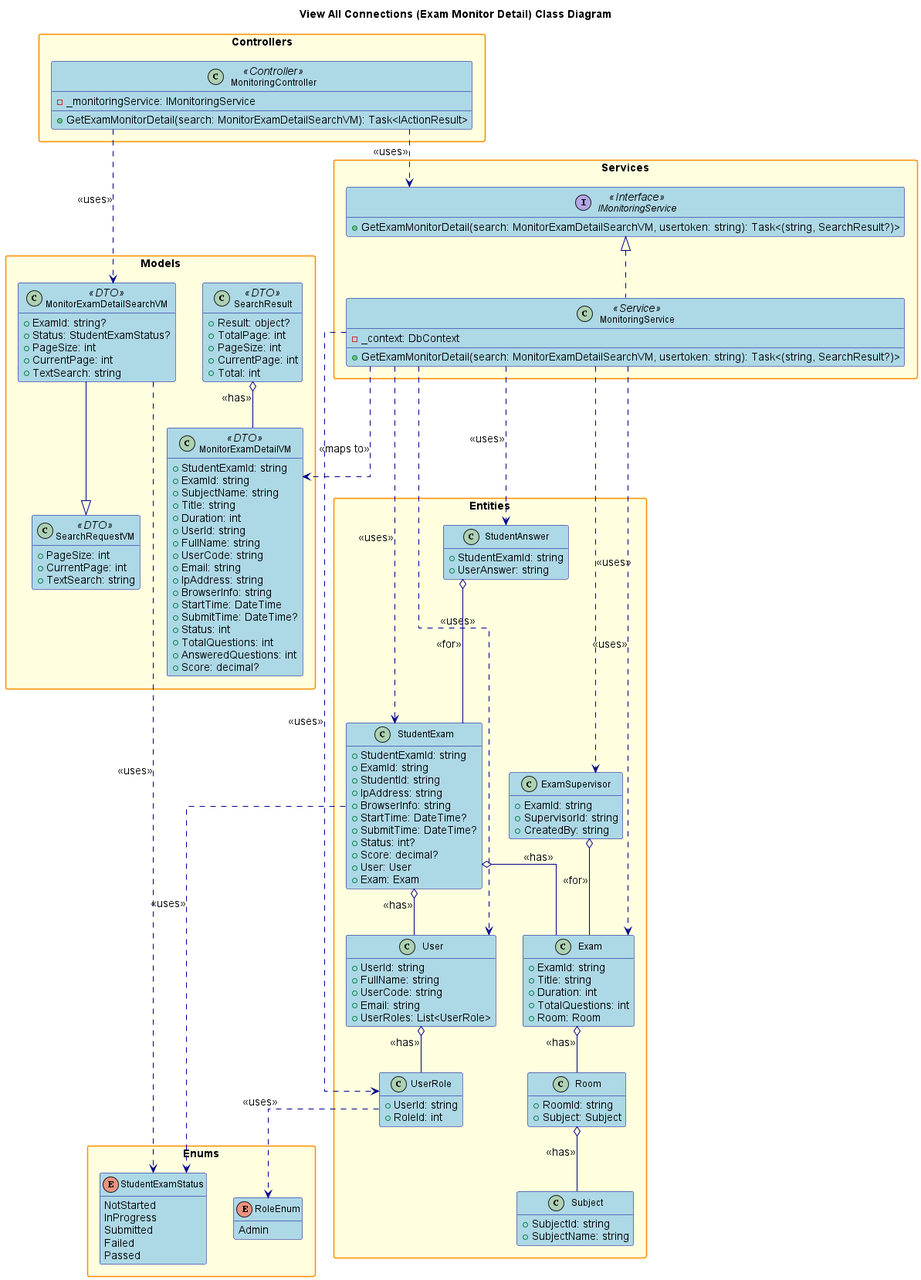
Earlier version of the PlantUML export design/out/viewallconnections/viewallconnections.png (conghoan1211/AI-Kiosk-Testing-system).
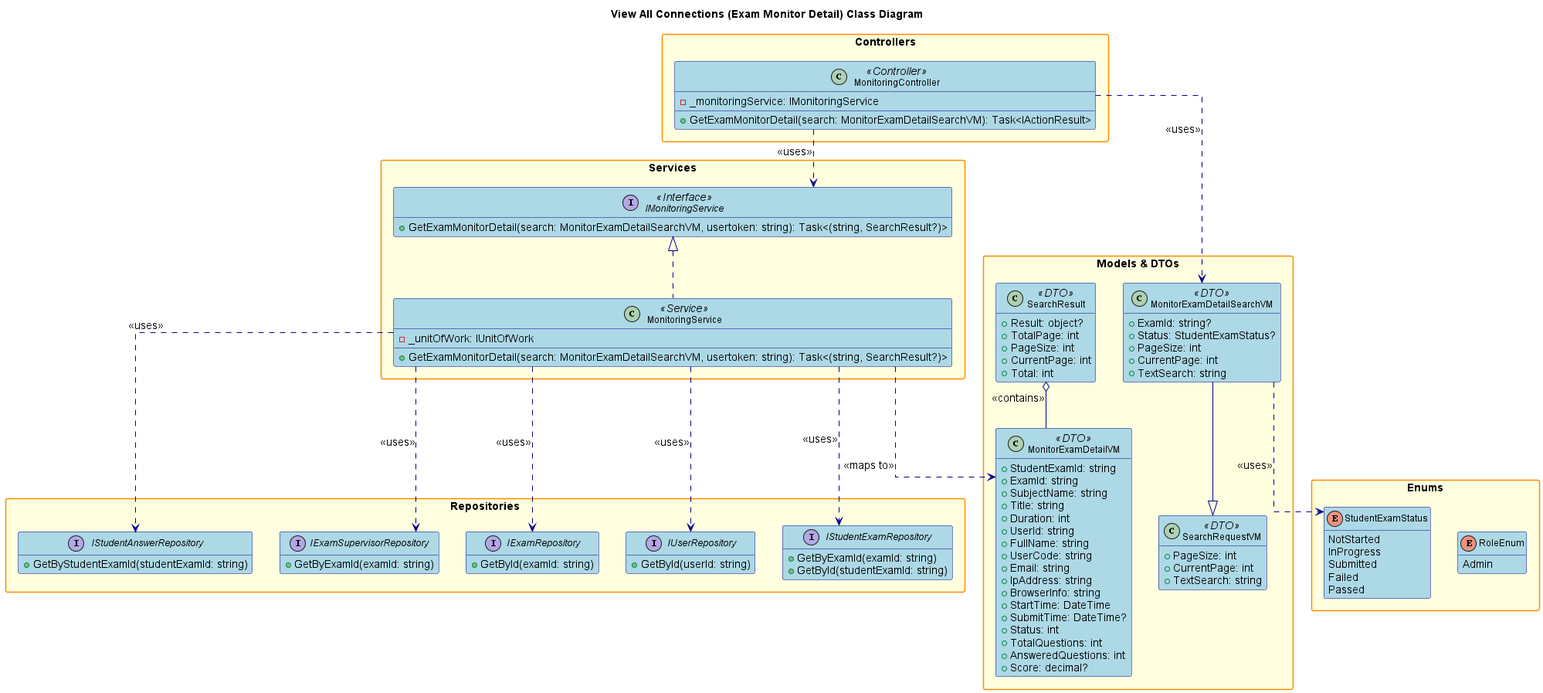
Above is the later version.

The edit, as a diff of the source:
```diff
@@ -50,12 +50,31 @@
         + GetExamMonitorDetail(search: MonitorExamDetailSearchVM, usertoken: string): Task<(string, SearchResult?)>
     }
     class MonitoringService <<Service>> {
-        - _context: DbContext
+        - _unitOfWork: IUnitOfWork
         + GetExamMonitorDetail(search: MonitorExamDetailSearchVM, usertoken: string): Task<(string, SearchResult?)>
     }
 }
 
-package "Models" {
+package "Repositories" {
+    interface IStudentExamRepository {
+        + GetByExamId(examId: string)
+        + GetById(studentExamId: string)
+    }
+    interface IUserRepository {
+        + GetById(userId: string)
+    }
+    interface IExamRepository {
+        + GetById(examId: string)
+    }
+    interface IExamSupervisorRepository {
+        + GetByExamId(examId: string)
+    }
+    interface IStudentAnswerRepository {
+        + GetByStudentExamId(studentExamId: string)
+    }
+}
+
+package "Models & DTOs" {
     class MonitorExamDetailSearchVM <<DTO>> {
         + ExamId: string?
         + Status: StudentExamStatus?
@@ -96,57 +115,6 @@
     }
 }
 
-package "Entities" {
-    class StudentExam {
-        + StudentExamId: string
-        + ExamId: string
-        + StudentId: string
-        + IpAddress: string
-        + BrowserInfo: string
-        + StartTime: DateTime?
-        + SubmitTime: DateTime?
-        + Status: int?
-        + Score: decimal?
-        + User: User
-        + Exam: Exam
-    }
-    class User {
-        + UserId: string
-        + FullName: string
-        + UserCode: string
-        + Email: string
-        + UserRoles: List<UserRole>
-    }
-    class UserRole {
-        + UserId: string
-        + RoleId: int
-    }
-    class Exam {
-        + ExamId: string
-        + Title: string
-        + Duration: int
-        + TotalQuestions: int
-        + Room: Room
-    }
-    class Room {
-        + RoomId: string
-        + Subject: Subject
-    }
-    class Subject {
-        + SubjectId: string
-        + SubjectName: string
-    }
-    class ExamSupervisor {
-        + ExamId: string
-        + SupervisorId: string
-        + CreatedBy: string
-    }
-    class StudentAnswer {
-        + StudentExamId: string
-        + UserAnswer: string
-    }
-}
-
 package "Enums" {
     enum RoleEnum {
         Admin
@@ -161,26 +129,16 @@
 }
 
 MonitoringController ..> IMonitoringService : <<uses>>
+MonitoringController ..> MonitorExamDetailSearchVM : <<uses>>
 IMonitoringService <|.. MonitoringService
-MonitoringController ..> MonitorExamDetailSearchVM : <<uses>>
-MonitoringService ..> StudentExam : <<uses>>
-MonitoringService ..> User : <<uses>>
-MonitoringService ..> UserRole : <<uses>>
-MonitoringService ..> Exam : <<uses>>
-MonitoringService ..> ExamSupervisor : <<uses>>
-MonitoringService ..> StudentAnswer : <<uses>>
+MonitoringService ..> IStudentExamRepository : <<uses>>
+MonitoringService ..> IUserRepository : <<uses>>
+MonitoringService ..> IExamRepository : <<uses>>
+MonitoringService ..> IExamSupervisorRepository : <<uses>>
+MonitoringService ..> IStudentAnswerRepository : <<uses>>
 MonitoringService ..> MonitorExamDetailVM : <<maps to>>
 MonitorExamDetailSearchVM --|> SearchRequestVM
-StudentExam o-- User : <<has>>
-StudentExam o-- Exam : <<has>>
-User o-- UserRole : <<has>>
-Exam o-- Room : <<has>>
-Room o-- Subject : <<has>>
-ExamSupervisor o-- Exam : <<for>>
-StudentAnswer o-- StudentExam : <<for>>
-UserRole ..> RoleEnum : <<uses>>
-StudentExam ..> StudentExamStatus : <<uses>>
 MonitorExamDetailSearchVM ..> StudentExamStatus : <<uses>>
-SearchResult o-- MonitorExamDetailVM : <<has>>
+SearchResult o-- MonitorExamDetailVM : <<contains>>
 
 @enduml
```
